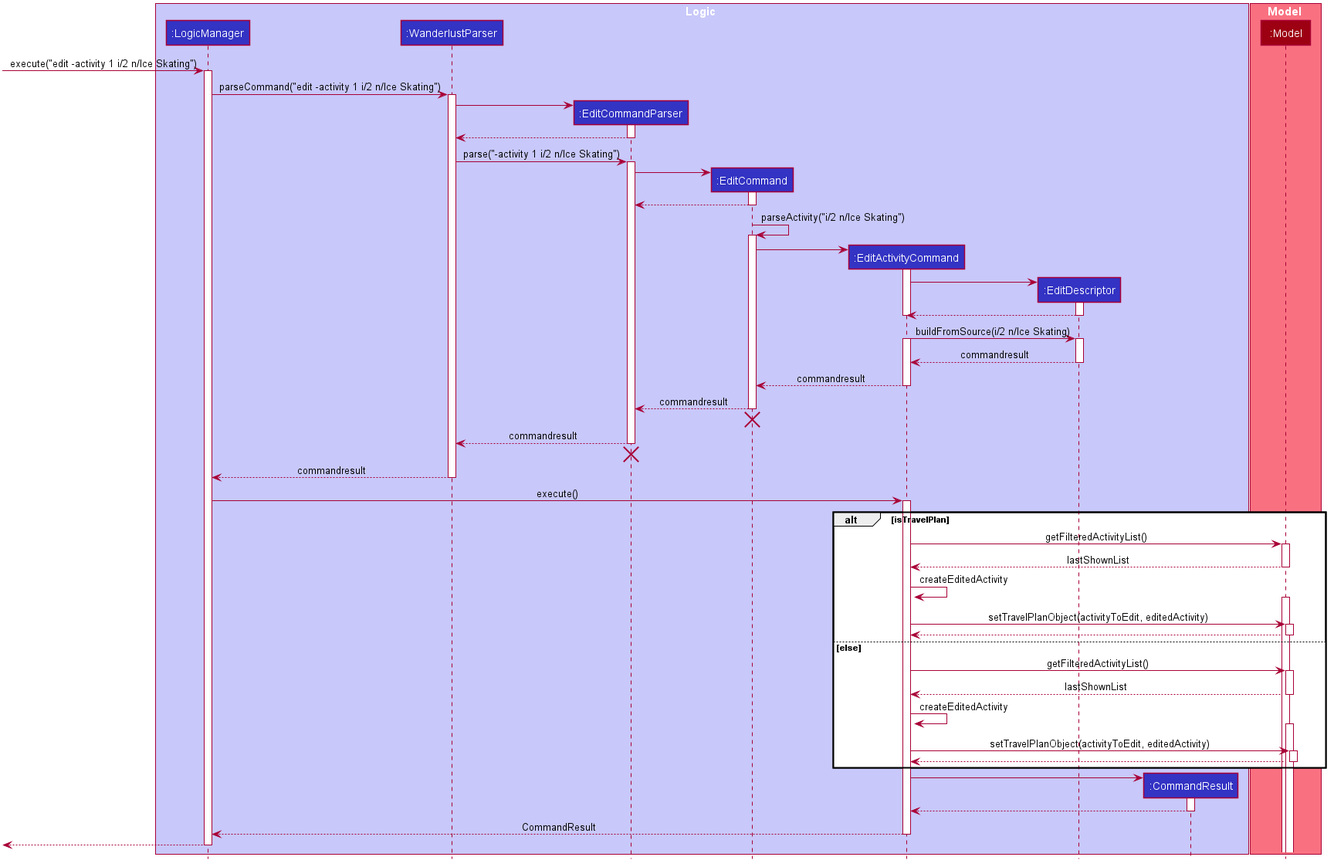
Earlier version of the PlantUML export docs/images/EditSequenceDiagram.png (underthehai/tp).
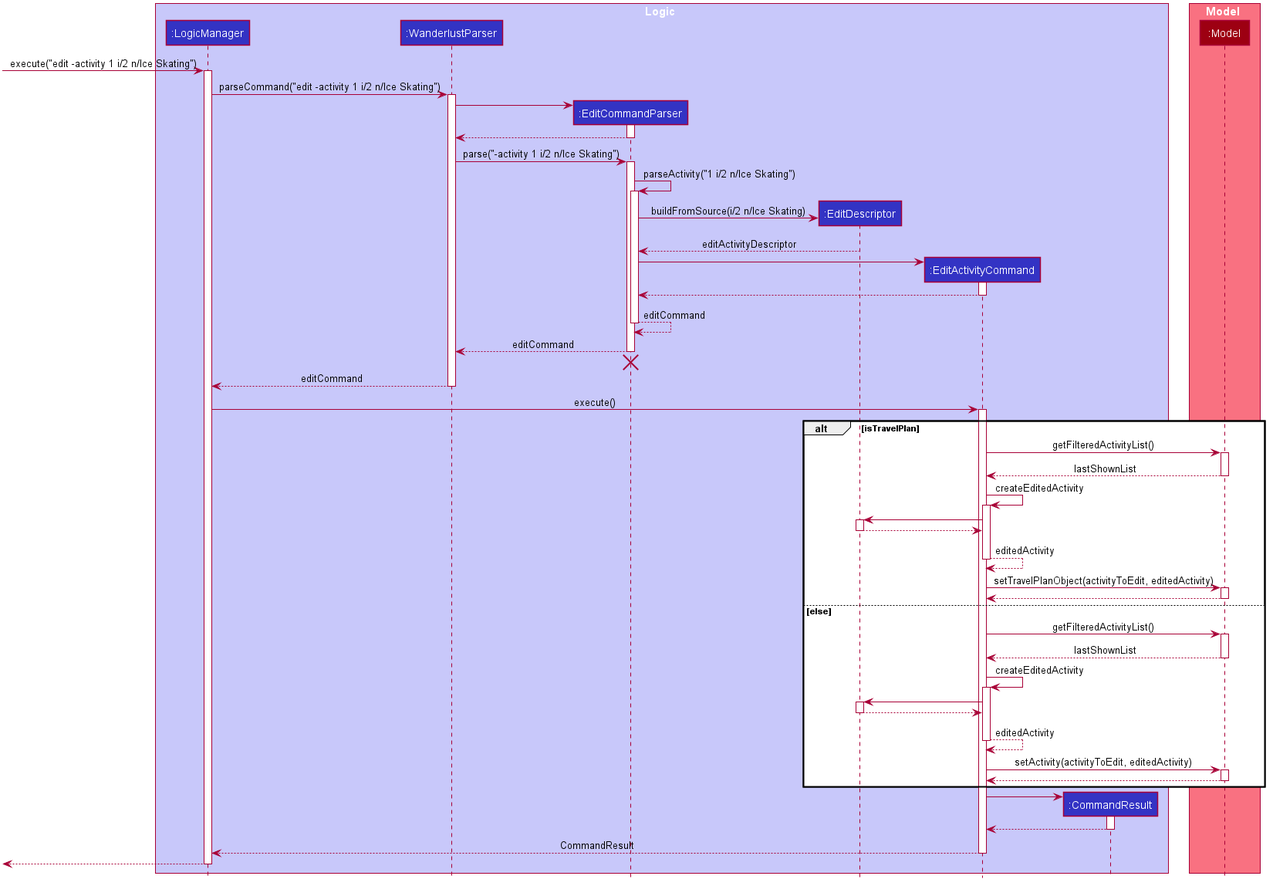
The same file after the commit.

Commit message:
Update editSequence diagram

Diff of the diagram source:
```diff
@@ -51,10 +51,11 @@
 box Logic #C8C8FA
 participant ":LogicManager" as LogicManager #3333C4
 participant ":WanderlustParser" as WanderlustParser #3333C4
+
 participant ":EditCommandParser" as EditCommandParser #3333C4
-participant ":EditCommand" as EditCommand #3333C4
+participant ":EditDescriptor" as EditDescriptor #3333C4
+
 participant ":EditActivityCommand" as EditActivityCommand #3333C4
-participant ":EditDescriptor" as EditDescriptor #3333C4
 participant ":CommandResult" as CommandResult #3333C4
 end box
 
@@ -78,55 +79,34 @@
 WanderlustParser -> EditCommandParser : parse("-activity 1 i/2 n/Ice Skating")
 activate EditCommandParser
 
-create EditCommand
-EditCommandParser -> EditCommand
-activate EditCommand
-
-EditCommand --> EditCommandParser
-deactivate EditCommand
-
-EditCommand -> EditCommand : parseActivity("i/2 n/Ice Skating")
-activate EditCommand
 
 
-create EditActivityCommand
-EditCommand -> EditActivityCommand
-activate EditActivityCommand
-
+EditCommandParser -> EditCommandParser : parseActivity("1 i/2 n/Ice Skating")
+activate EditCommandParser
 
 create EditDescriptor
-EditActivityCommand -> EditDescriptor
-activate EditDescriptor
-EditDescriptor --> EditActivityCommand
-deactivate EditDescriptor
+
+EditCommandParser -> EditDescriptor : buildFromSource(i/2 n/Ice Skating)
+EditDescriptor --> EditCommandParser : editActivityDescriptor
+
+create EditActivityCommand
+EditCommandParser -> EditActivityCommand
+activate EditActivityCommand
+EditActivityCommand --> EditCommandParser
 deactivate EditActivityCommand
 
 
-EditActivityCommand -> EditDescriptor : buildFromSource(i/2 n/Ice Skating)
-activate EditActivityCommand
-
-activate EditDescriptor
-EditDescriptor --> EditActivityCommand : commandresult
-deactivate EditDescriptor
+EditCommandParser --> EditCommandParser : editCommand
+deactivate EditCommandParser
 
 
+EditCommandParser --> WanderlustParser : editCommand
+deactivate EditCommandParser
 
-EditActivityCommand --> EditCommand : commandresult
-
-deactivate EditActivityCommand
-
-EditCommand --> EditCommandParser : commandresult
-deactivate EditCommand
-
-EditCommand -[hidden]-> WanderlustParser
-destroy EditCommand
-
-EditCommandParser --> WanderlustParser : commandresult
-deactivate EditCommandParser
 EditCommandParser -[hidden]-> WanderlustParser
 destroy EditCommandParser
 
-WanderlustParser --> LogicManager : commandresult
+WanderlustParser --> LogicManager : editCommand
 deactivate WanderlustParser
 
 LogicManager -> EditActivityCommand : execute()
@@ -141,7 +121,15 @@
     deactivate Model
 
     EditActivityCommand -> EditActivityCommand : createEditedActivity
-    activate Model
+    activate EditActivityCommand
+
+    EditActivityCommand -> EditDescriptor
+    activate EditDescriptor
+    EditDescriptor --> EditActivityCommand
+    deactivate EditDescriptor
+
+    EditActivityCommand --> EditActivityCommand : editedActivity
+    deactivate EditActivityCommand
 
     EditActivityCommand -> Model: setTravelPlanObject(activityToEdit, editedActivity)
     activate Model
@@ -157,10 +145,17 @@
     deactivate Model
 
     EditActivityCommand -> EditActivityCommand : createEditedActivity
-    activate Model
+    activate EditActivityCommand
 
+        EditActivityCommand -> EditDescriptor
+        activate EditDescriptor
+        EditDescriptor --> EditActivityCommand
+        deactivate EditDescriptor
 
-    EditActivityCommand -> Model: setTravelPlanObject(activityToEdit, editedActivity)
+    EditActivityCommand --> EditActivityCommand : editedActivity
+    deactivate EditActivityCommand
+
+    EditActivityCommand -> Model: setActivity(activityToEdit, editedActivity)
     activate Model
     Model --> EditActivityCommand
     deactivate Model
```
